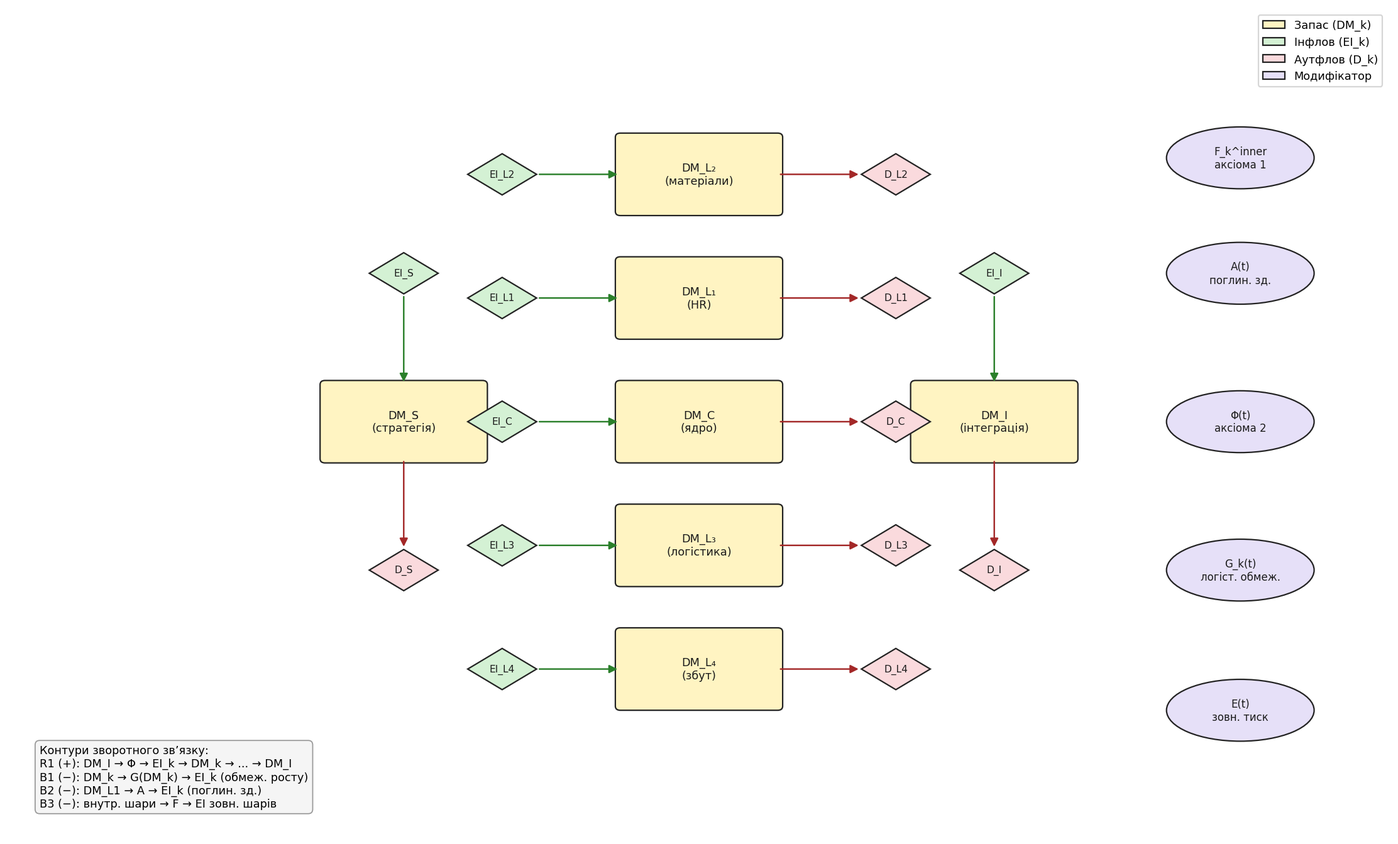
This is figures/stock_flow.png from DmytroKondratiuk/IM_Onion_S, a Graphviz export, as it was before one commit. Its source is kept beside it as figures/stock_flow.dot.
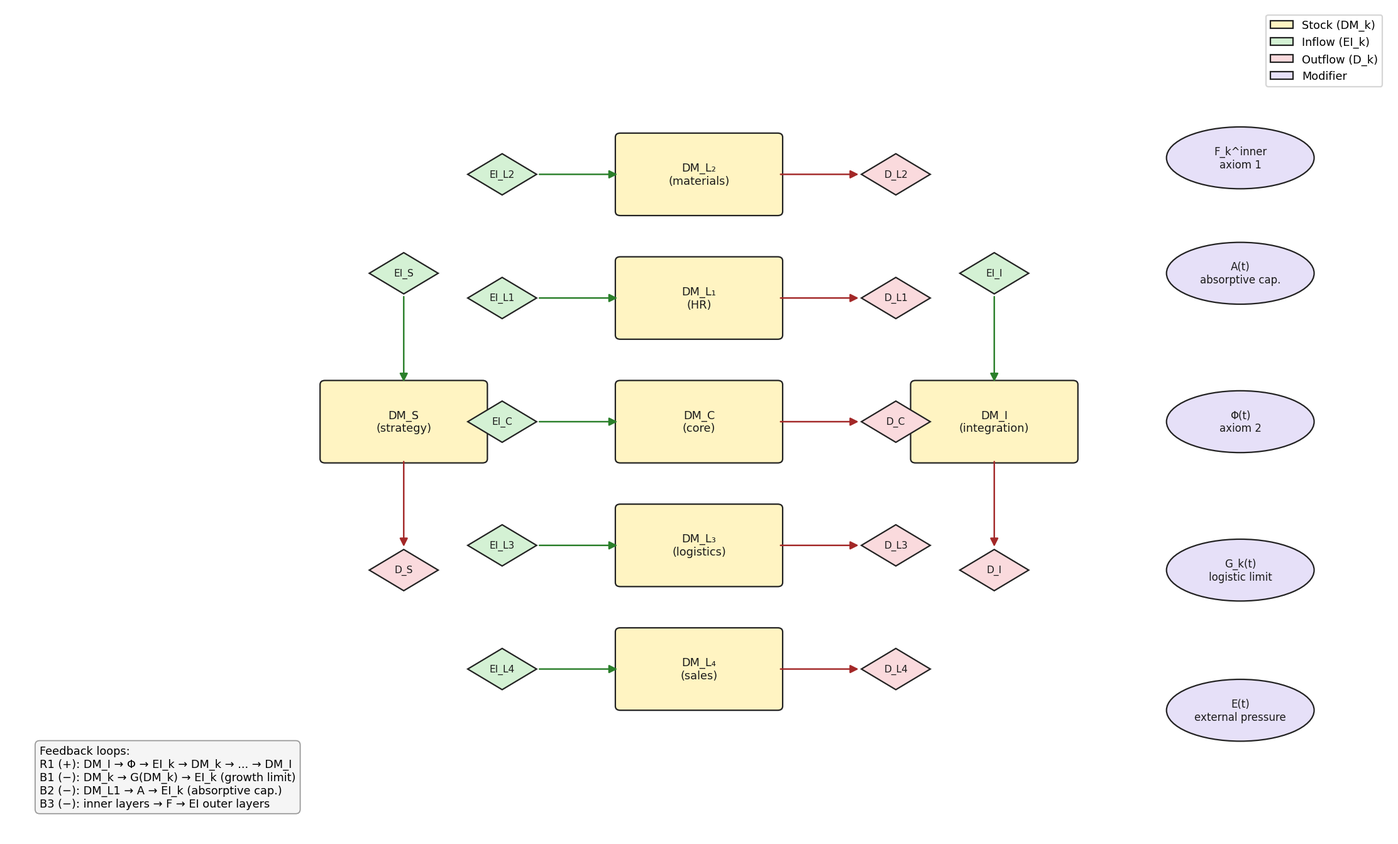
Above is the later version.

The edit, as a diff of the source:
```diff
@@ -5,7 +5,7 @@
     edge  [fontname="Arial", fontsize=9];
 
     subgraph cluster_inflows {
-        label="Інфлов (EI_k)"; style=dashed; color=gray;
+        label="Inflow (EI_k)"; style=dashed; color=gray;
         node [shape=diamond, style=filled, fillcolor="#d4f1d4"];
         EI_C [label="EI_C"];
         EI_L1 [label="EI_L1"];
@@ -17,19 +17,19 @@
     }
 
     subgraph cluster_stocks {
-        label="Запас (DM_k)"; style=dashed; color=gray;
+        label="Stock (DM_k)"; style=dashed; color=gray;
         node [shape=box, style=filled, fillcolor="#fff4c2"];
-        C [label="DM_C\n(ядро)"];
+        C [label="DM_C\n(core)"];
         L1 [label="DM_L₁\n(HR)"];
-        L2 [label="DM_L₂\n(матеріали)"];
-        L3 [label="DM_L₃\n(логістика)"];
-        L4 [label="DM_L₄\n(збут)"];
-        I [label="DM_I\n(інтеграція)"];
-        S [label="DM_S\n(стратегія)"];
+        L2 [label="DM_L₂\n(materials)"];
+        L3 [label="DM_L₃\n(logistics)"];
+        L4 [label="DM_L₄\n(sales)"];
+        I [label="DM_I\n(integration)"];
+        S [label="DM_S\n(strategy)"];
     }
 
     subgraph cluster_outflows {
-        label="Аутфлов (D_k)"; style=dashed; color=gray;
+        label="Outflow (D_k)"; style=dashed; color=gray;
         node [shape=diamond, style=filled, fillcolor="#fadadd"];
         D_C [label="D_C\nd=0.015"];
         D_L1 [label="D_L1\nd=0.020"];
@@ -41,11 +41,11 @@
     }
 
     node [shape=ellipse, style=filled, fillcolor="#e6e0f8"];
-    F   [label="F_k^inner\nаксіома 1"];
-    A   [label="A(t)\nпоглин. зд."];
-    Phi   [label="Φ(t)\nаксіома 2"];
-    G   [label="G_k(t)\nлогіст. обмеж."];
-    E   [label="E(t)\nзовн. тиск"];
+    F   [label="F_k^inner\naxiom 1"];
+    A   [label="A(t)\nabsorptive cap."];
+    Phi   [label="Φ(t)\naxiom 2"];
+    G   [label="G_k(t)\nlogistic limit"];
+    E   [label="E(t)\nexternal pressure"];
 
     EI_C -> C;
     C   -> D_C;
@@ -102,5 +102,5 @@
     G -> EI_S [color="#8c1aff"];
     E -> EI_L4 [color=red, penwidth=1.5];
 
-    loops [shape=note, label="Контури зворотного звʼязку:\nR1 (+): DM_I → Φ → EI_k → DM_k → ... → DM_I\nB1 (−): DM_k → G(DM_k) → EI_k (обмеж. росту)\nB2 (−): DM_L1 → A → EI_k (поглин. зд.)\nB3 (−): внутр. шари → F → EI зовн. шарів"];
+    loops [shape=note, label="Feedback loops:\nR1 (+): DM_I → Φ → EI_k → DM_k → ... → DM_I\nB1 (−): DM_k → G(DM_k) → EI_k (growth limit)\nB2 (−): DM_L1 → A → EI_k (absorptive cap.)\nB3 (−): inner layers → F → EI outer layers"];
 }
```
